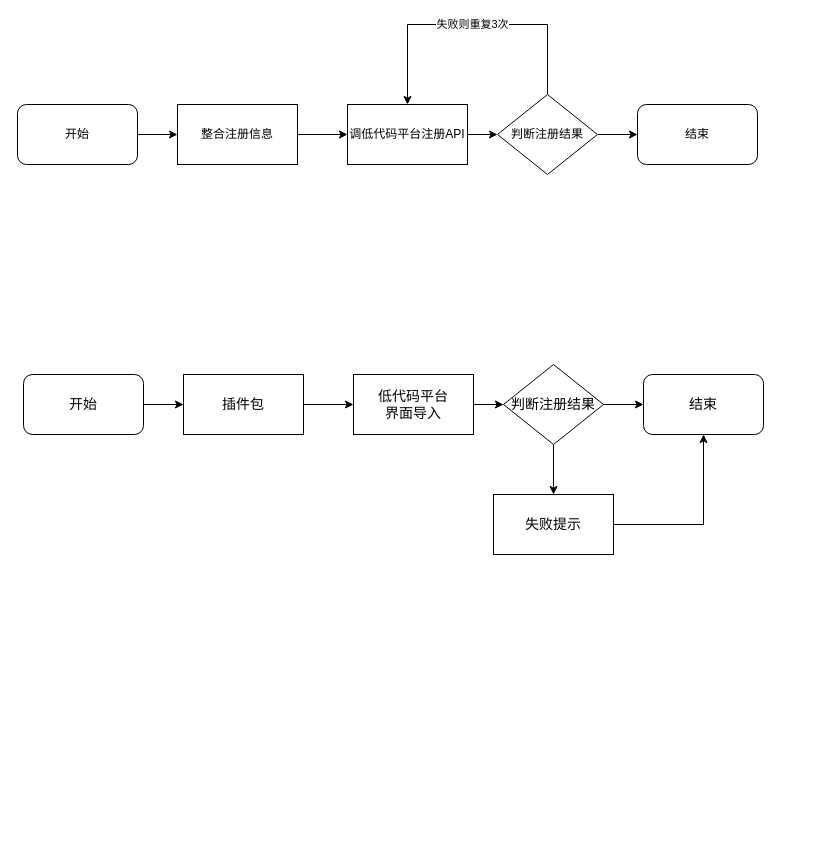
hey-weixy/diagrams keeps this draw.io diagram as workbench.drawio. Above is the earlier version. Source tidied: cells renumbered, new cells numbered last; positions are measured from the earlier drawing's top-left corner, leaving out a move shared by most shapes. Both pictures are drawn from the tidied source at 100%, with x=0, y=0 at pixel (17, 24).
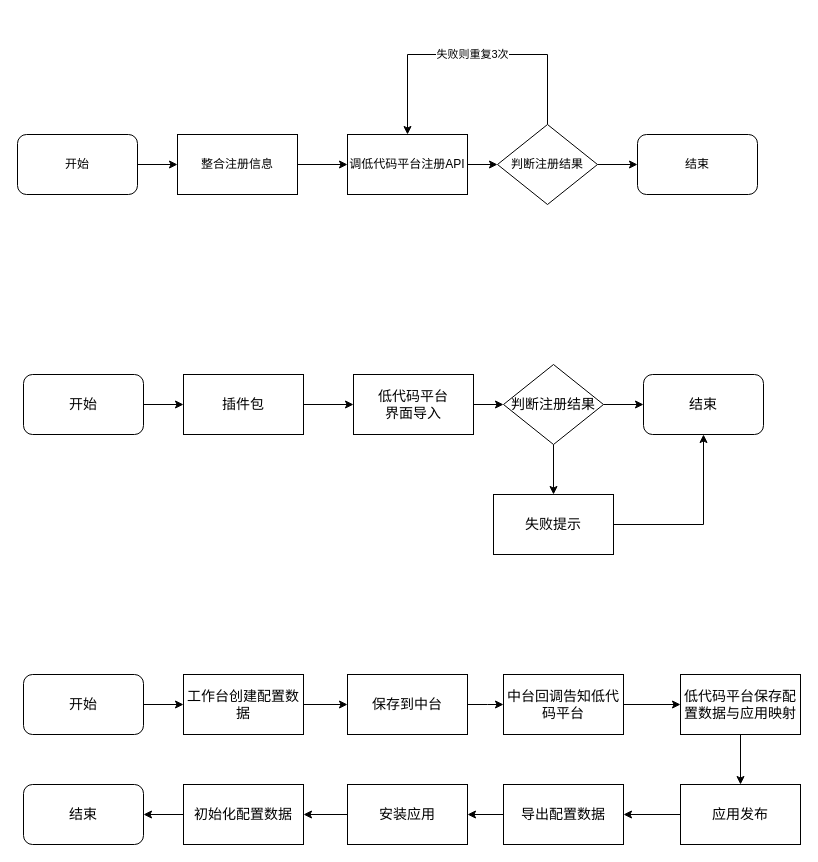
Above is the later version.

Diff of the diagram source:
```diff
@@
     <mxCell id="3" value="开始" style="rounded=1;whiteSpace=wrap;html=1;" parent="1" vertex="1">
-      <mxGeometry y="80" width="120" height="60" as="geometry" />
+      <mxGeometry y="110" width="120" height="60" as="geometry" />
     </mxCell>
@@
     <mxCell id="5" value="整合注册信息" style="rounded=0;whiteSpace=wrap;html=1;" parent="1" vertex="1">
-      <mxGeometry x="160" y="80" width="120" height="60" as="geometry" />
+      <mxGeometry x="160" y="110" width="120" height="60" as="geometry" />
     </mxCell>
@@
     <mxCell id="7" value="&lt;span&gt;调低代码平台注册API&lt;/span&gt;" style="whiteSpace=wrap;html=1;rounded=0;" parent="1" vertex="1">
-      <mxGeometry x="330" y="80" width="120" height="60" as="geometry" />
+      <mxGeometry x="330" y="110" width="120" height="60" as="geometry" />
     </mxCell>
     <mxCell id="8" value="失败则重复3次" style="edgeStyle=orthogonalEdgeStyle;rounded=0;jettySize=auto;html=1;exitX=0.5;exitY=0;exitDx=0;exitDy=0;entryX=0.5;entryY=0;entryDx=0;entryDy=0;" parent="1" edge="1" source="10" target="7">
       <mxGeometry relative="1" as="geometry">
         <Array as="points">
-          <mxPoint x="530" />
-          <mxPoint x="390" />
+          <mxPoint x="530" y="30" />
+          <mxPoint x="390" y="30" />
         </Array>
       </mxGeometry>
     </mxCell>
@@
     <mxCell id="10" value="判断注册结果" style="rhombus;whiteSpace=wrap;html=1;rounded=0;" parent="1" vertex="1">
-      <mxGeometry x="480" y="70" width="100" height="80" as="geometry" />
+      <mxGeometry x="480" y="100" width="100" height="80" as="geometry" />
     </mxCell>
     <mxCell id="11" value="结束" style="rounded=1;whiteSpace=wrap;html=1;" parent="1" vertex="1">
-      <mxGeometry x="620" y="80" width="120" height="60" as="geometry" />
+      <mxGeometry x="620" y="110" width="120" height="60" as="geometry" />
     </mxCell>
@@
+    <mxCell id="24" style="edgeStyle=orthogonalEdgeStyle;rounded=0;jettySize=auto;html=1;" parent="1" edge="1" source="25" target="27">
+      <mxGeometry relative="1" as="geometry" />
+    </mxCell>
+    <mxCell id="25" value="开始" style="rounded=1;whiteSpace=wrap;html=1;fontSize=14;" parent="1" vertex="1">
+      <mxGeometry x="6" y="650" width="120" height="60" as="geometry" />
+    </mxCell>
+    <mxCell id="26" style="edgeStyle=orthogonalEdgeStyle;rounded=0;jettySize=auto;html=1;" parent="1" edge="1" source="27" target="29">
+      <mxGeometry relative="1" as="geometry" />
+    </mxCell>
+    <mxCell id="27" value="&lt;span style=&quot;font-size: 14px ; text-align: justify&quot;&gt;工作台创建配置数据&lt;/span&gt;" style="rounded=0;whiteSpace=wrap;html=1;fontSize=14;" parent="1" vertex="1">
+      <mxGeometry x="166" y="650" width="120" height="60" as="geometry" />
+    </mxCell>
+    <mxCell id="28" style="edgeStyle=orthogonalEdgeStyle;rounded=0;jettySize=auto;html=1;" parent="1" edge="1" source="29">
+      <mxGeometry relative="1" as="geometry">
+        <mxPoint x="486" y="680" as="targetPoint" />
+      </mxGeometry>
+    </mxCell>
+    <mxCell id="29" value="保存到中台" style="whiteSpace=wrap;html=1;rounded=0;fontSize=14;" parent="1" vertex="1">
+      <mxGeometry x="330" y="650" width="120" height="60" as="geometry" />
+    </mxCell>
+    <mxCell id="30" style="edgeStyle=orthogonalEdgeStyle;rounded=0;jettySize=auto;html=1;fontSize=14;" parent="1" edge="1" source="31" target="33">
+      <mxGeometry relative="1" as="geometry" />
+    </mxCell>
+    <mxCell id="31" value="中台回调告知低代码平台" style="whiteSpace=wrap;html=1;rounded=0;fontSize=14;" parent="1" vertex="1">
+      <mxGeometry x="486" y="650" width="120" height="60" as="geometry" />
+    </mxCell>
+    <mxCell id="32" style="edgeStyle=orthogonalEdgeStyle;rounded=0;jettySize=auto;html=1;fontSize=14;" parent="1" edge="1" source="33" target="35">
+      <mxGeometry relative="1" as="geometry" />
+    </mxCell>
+    <mxCell id="33" value="低代码平台保存配置数据与应用映射" style="whiteSpace=wrap;html=1;rounded=0;fontSize=14;" parent="1" vertex="1">
+      <mxGeometry x="663" y="650" width="120" height="60" as="geometry" />
+    </mxCell>
+    <mxCell id="34" style="edgeStyle=orthogonalEdgeStyle;rounded=0;jettySize=auto;html=1;fontSize=14;" parent="1" edge="1" source="35" target="37">
+      <mxGeometry relative="1" as="geometry" />
+    </mxCell>
+    <mxCell id="35" value="应用发布" style="whiteSpace=wrap;html=1;rounded=0;fontSize=14;" parent="1" vertex="1">
+      <mxGeometry x="663" y="760" width="120" height="60" as="geometry" />
+    </mxCell>
+    <mxCell id="36" style="edgeStyle=orthogonalEdgeStyle;rounded=0;jettySize=auto;html=1;fontSize=14;" parent="1" edge="1" source="37" target="39">
+      <mxGeometry relative="1" as="geometry" />
+    </mxCell>
+    <mxCell id="37" value="导出配置数据" style="whiteSpace=wrap;html=1;rounded=0;fontSize=14;" parent="1" vertex="1">
+      <mxGeometry x="486" y="760" width="120" height="60" as="geometry" />
+    </mxCell>
+    <mxCell id="38" style="edgeStyle=orthogonalEdgeStyle;rounded=0;jettySize=auto;html=1;fontSize=14;" parent="1" edge="1" source="39" target="41">
+      <mxGeometry relative="1" as="geometry" />
+    </mxCell>
+    <mxCell id="39" value="安装应用" style="whiteSpace=wrap;html=1;rounded=0;fontSize=14;" parent="1" vertex="1">
+      <mxGeometry x="330" y="760" width="120" height="60" as="geometry" />
+    </mxCell>
+    <mxCell id="40" style="edgeStyle=orthogonalEdgeStyle;rounded=0;jettySize=auto;html=1;fontSize=14;" parent="1" edge="1" source="41" target="42">
+      <mxGeometry relative="1" as="geometry" />
+    </mxCell>
+    <mxCell id="41" value="初始化配置数据" style="whiteSpace=wrap;html=1;rounded=0;fontSize=14;" parent="1" vertex="1">
+      <mxGeometry x="166" y="760" width="120" height="60" as="geometry" />
+    </mxCell>
+    <mxCell id="42" value="结束" style="rounded=1;whiteSpace=wrap;html=1;fontSize=14;" parent="1" vertex="1">
+      <mxGeometry x="6" y="760" width="120" height="60" as="geometry" />
+    </mxCell>
```
